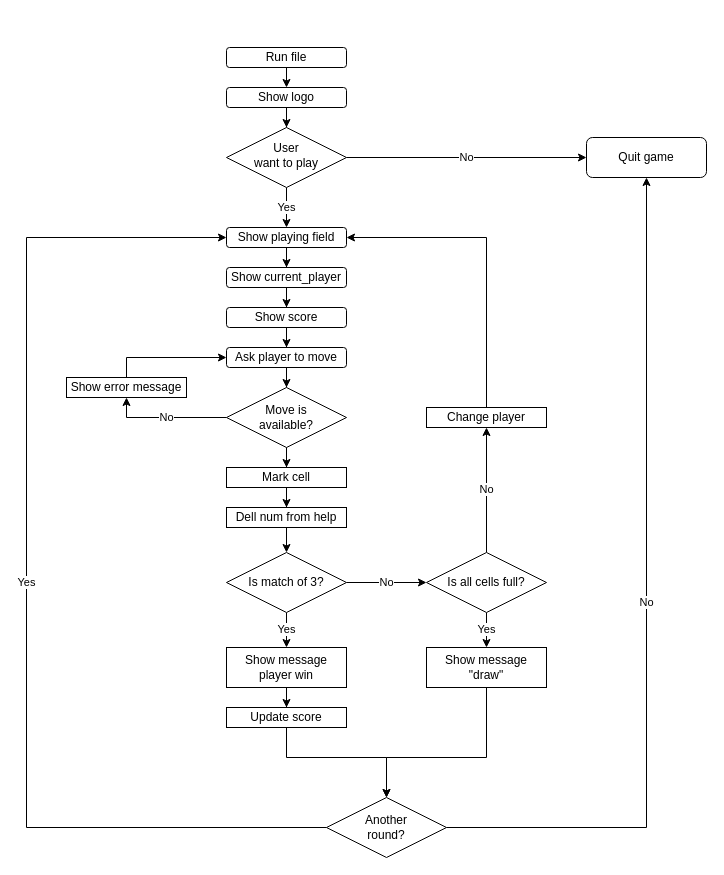
Before: flowchart.drawio in k-yakovlev/tic-tac-toe, a draw.io diagram. Source tidied: cells renumbered, new cells numbered last; positions are measured from the earlier drawing's top-left corner, leaving out a move shared by most shapes. Both pictures are drawn from the tidied source at 100%, with x=0, y=0 at pixel (26, 47).
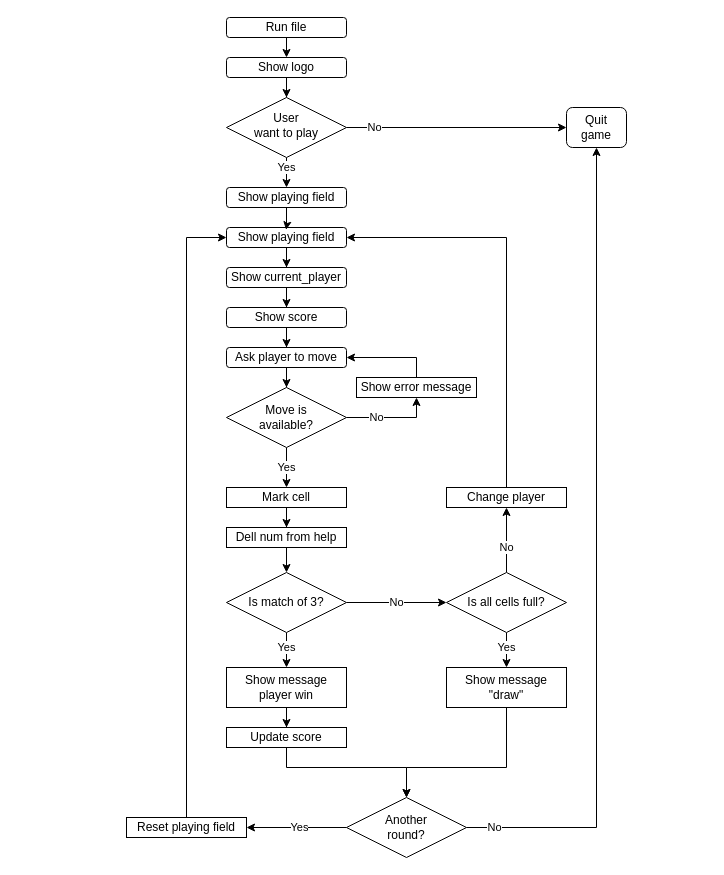
The same page after the edit.

The change refers to these unchanged cells:
```xml
<mxCell id="11" value="Show playing field" style="rounded=1;whiteSpace=wrap;html=1;" parent="1" vertex="1">
  <mxGeometry x="200" y="180" width="120" height="20" as="geometry" />
</mxCell>
<mxCell id="19" value="Ask player to move" style="whiteSpace=wrap;html=1;rounded=1;" parent="1" vertex="1">
  <mxGeometry x="200" y="300" width="120" height="20" as="geometry" />
</mxCell>
<mxCell id="22" value="Move is &lt;br&gt;available?" style="rhombus;whiteSpace=wrap;html=1;" parent="1" vertex="1">
  <mxGeometry x="200" y="340" width="120" height="60" as="geometry" />
</mxCell>
```

Diff of the diagram source:
```diff
@@
     <mxCell id="4" value="Show logo" style="rounded=1;whiteSpace=wrap;html=1;fontSize=12;glass=0;strokeWidth=1;shadow=0;" parent="1" vertex="1">
-      <mxGeometry x="200" y="40" width="120" height="20" as="geometry" />
+      <mxGeometry x="200" y="10" width="120" height="20" as="geometry" />
     </mxCell>
     <mxCell id="5" value="No" style="edgeStyle=orthogonalEdgeStyle;rounded=0;jettySize=auto;html=1;" parent="1" edge="1" source="7" target="8">
-      <mxGeometry relative="1" as="geometry" />
+      <mxGeometry x="-0.75" relative="1" as="geometry" />
     </mxCell>
-    <mxCell id="6" value="Yes" style="edgeStyle=orthogonalEdgeStyle;rounded=0;jettySize=auto;html=1;" parent="1" edge="1" source="7" target="11">
-      <mxGeometry relative="1" as="geometry" />
+    <mxCell id="6" value="Yes" style="edgeStyle=orthogonalEdgeStyle;rounded=0;jettySize=auto;html=1;entryX=0.5;entryY=0;entryDx=0;entryDy=0;" parent="1" edge="1" source="7" target="45">
+      <mxGeometry x="0.2" relative="1" as="geometry" />
     </mxCell>
     <mxCell id="7" value="User&lt;br&gt;want to play&lt;br&gt;" style="rhombus;whiteSpace=wrap;html=1;shadow=0;fontFamily=Helvetica;fontSize=12;align=center;strokeWidth=1;spacing=6;spacingTop=-4;" parent="1" vertex="1">
-      <mxGeometry x="200" y="80" width="120" height="60" as="geometry" />
+      <mxGeometry x="200" y="50" width="120" height="60" as="geometry" />
     </mxCell>
-    <mxCell id="8" value="Quit game" style="rounded=1;whiteSpace=wrap;html=1;fontSize=12;glass=0;strokeWidth=1;shadow=0;" parent="1" vertex="1">
-      <mxGeometry x="560" y="90" width="120" height="40" as="geometry" />
+    <mxCell id="8" value="Quit &lt;br&gt;game" style="rounded=1;whiteSpace=wrap;html=1;fontSize=12;glass=0;strokeWidth=1;shadow=0;" parent="1" vertex="1">
+      <mxGeometry x="540" y="60" width="60" height="40" as="geometry" />
     </mxCell>
     <mxCell id="9" value="Run file" style="whiteSpace=wrap;html=1;rounded=1;shadow=0;strokeWidth=1;glass=0;" parent="1" vertex="1">
-      <mxGeometry x="200" width="120" height="20" as="geometry" />
+      <mxGeometry x="200" y="-30" width="120" height="20" as="geometry" />
     </mxCell>
@@
+    <mxCell id="44" style="edgeStyle=orthogonalEdgeStyle;rounded=0;jettySize=auto;html=1;entryX=0.497;entryY=0.117;entryDx=0;entryDy=0;entryPerimeter=0;" parent="1" edge="1" source="45" target="11">
+      <mxGeometry relative="1" as="geometry" />
+    </mxCell>
+    <mxCell id="45" value="Show playing field" style="rounded=1;whiteSpace=wrap;html=1;" parent="1" vertex="1">
+      <mxGeometry x="200" y="140" width="120" height="20" as="geometry" />
+    </mxCell>
@@
     <mxCell id="13" value="Yes" style="edgeStyle=orthogonalEdgeStyle;rounded=0;jettySize=auto;html=1;" parent="1" edge="1" source="14" target="36">
-      <mxGeometry relative="1" as="geometry" />
+      <mxGeometry x="0.11" relative="1" as="geometry" />
     </mxCell>
     <mxCell id="14" value="Is match of 3?" style="rhombus;whiteSpace=wrap;html=1;" parent="1" vertex="1">
-      <mxGeometry x="200" y="505" width="120" height="60" as="geometry" />
+      <mxGeometry x="200" y="525" width="120" height="60" as="geometry" />
     </mxCell>
     <mxCell id="15" value="No" style="edgeStyle=orthogonalEdgeStyle;rounded=0;jettySize=auto;html=1;entryX=0.5;entryY=1;entryDx=0;entryDy=0;" parent="1" edge="1" source="17" target="30">
-      <mxGeometry relative="1" as="geometry" />
+      <mxGeometry x="-0.23" relative="1" as="geometry" />
     </mxCell>
     <mxCell id="16" value="Yes" style="edgeStyle=orthogonalEdgeStyle;rounded=0;jettySize=auto;html=1;" parent="1" edge="1" source="17" target="38">
-      <mxGeometry relative="1" as="geometry" />
+      <mxGeometry x="0.11" relative="1" as="geometry" />
     </mxCell>
     <mxCell id="17" value="Is all cells full?" style="rhombus;whiteSpace=wrap;html=1;" parent="1" vertex="1">
-      <mxGeometry x="400" y="505" width="120" height="60" as="geometry" />
+      <mxGeometry x="420" y="525" width="120" height="60" as="geometry" />
     </mxCell>
@@
     <mxCell id="20" value="No" style="edgeStyle=orthogonalEdgeStyle;rounded=0;jettySize=auto;html=1;entryX=0.5;entryY=1;entryDx=0;entryDy=0;" parent="1" edge="1" source="22" target="24">
-      <mxGeometry relative="1" as="geometry" />
+      <mxGeometry x="-0.33" relative="1" as="geometry" />
     </mxCell>
-    <mxCell id="21" style="edgeStyle=orthogonalEdgeStyle;rounded=0;jettySize=auto;html=1;entryX=0.5;entryY=0;entryDx=0;entryDy=0;" parent="1" edge="1" source="22" target="32">
+    <mxCell id="21" value="Yes" style="edgeStyle=orthogonalEdgeStyle;rounded=0;jettySize=auto;html=1;entryX=0.5;entryY=0;entryDx=0;entryDy=0;" parent="1" edge="1" source="22" target="32">
       <mxGeometry relative="1" as="geometry" />
     </mxCell>
@@
-    <mxCell id="23" style="edgeStyle=orthogonalEdgeStyle;rounded=0;jettySize=auto;html=1;entryX=0;entryY=0.5;entryDx=0;entryDy=0;" parent="1" edge="1" source="24" target="19">
+    <mxCell id="23" style="edgeStyle=orthogonalEdgeStyle;rounded=0;jettySize=auto;html=1;entryX=1;entryY=0.5;entryDx=0;entryDy=0;" parent="1" edge="1" source="24" target="19">
       <mxGeometry relative="1" as="geometry">
         <Array as="points">
-          <mxPoint x="100" y="310" />
+          <mxPoint x="390" y="310" />
         </Array>
       </mxGeometry>
     </mxCell>
     <mxCell id="24" value="Show error message" style="whiteSpace=wrap;html=1;" parent="1" vertex="1">
-      <mxGeometry x="40" y="330" width="120" height="20" as="geometry" />
+      <mxGeometry x="330" y="330" width="120" height="20" as="geometry" />
     </mxCell>
@@
     <mxCell id="29" style="edgeStyle=orthogonalEdgeStyle;rounded=0;jettySize=auto;html=1;entryX=1;entryY=0.5;entryDx=0;entryDy=0;exitX=0.5;exitY=0;exitDx=0;exitDy=0;" parent="1" edge="1" source="30" target="11">
       <mxGeometry relative="1" as="geometry">
         <Array as="points">
-          <mxPoint x="460" y="190" />
+          <mxPoint x="480" y="190" />
         </Array>
       </mxGeometry>
     </mxCell>
     <mxCell id="30" value="Change player" style="whiteSpace=wrap;html=1;" parent="1" vertex="1">
-      <mxGeometry x="400" y="360" width="120" height="20" as="geometry" />
+      <mxGeometry x="420" y="440" width="120" height="20" as="geometry" />
     </mxCell>
@@
     <mxCell id="32" value="Mark cell" style="rounded=0;whiteSpace=wrap;html=1;" parent="1" vertex="1">
-      <mxGeometry x="200" y="420" width="120" height="20" as="geometry" />
+      <mxGeometry x="200" y="440" width="120" height="20" as="geometry" />
     </mxCell>
@@
     <mxCell id="34" value="Dell num from help" style="rounded=0;whiteSpace=wrap;html=1;" parent="1" vertex="1">
-      <mxGeometry x="200" y="460" width="120" height="20" as="geometry" />
+      <mxGeometry x="200" y="480" width="120" height="20" as="geometry" />
     </mxCell>
@@
     <mxCell id="36" value="Show message&lt;br&gt;player win" style="whiteSpace=wrap;html=1;" parent="1" vertex="1">
-      <mxGeometry x="200" y="600" width="120" height="40" as="geometry" />
+      <mxGeometry x="200" y="620" width="120" height="40" as="geometry" />
     </mxCell>
     <mxCell id="37" style="edgeStyle=orthogonalEdgeStyle;rounded=0;jettySize=auto;html=1;entryX=0.5;entryY=0;entryDx=0;entryDy=0;" parent="1" edge="1" source="38" target="41">
       <mxGeometry relative="1" as="geometry">
         <Array as="points">
-          <mxPoint x="460" y="710" />
-          <mxPoint x="360" y="710" />
+          <mxPoint x="480" y="720" />
+          <mxPoint x="380" y="720" />
         </Array>
       </mxGeometry>
     </mxCell>
     <mxCell id="38" value="Show message&lt;br&gt;&quot;draw&quot;" style="whiteSpace=wrap;html=1;" parent="1" vertex="1">
-      <mxGeometry x="400" y="600" width="120" height="40" as="geometry" />
+      <mxGeometry x="420" y="620" width="120" height="40" as="geometry" />
     </mxCell>
     <mxCell id="39" value="No" style="edgeStyle=orthogonalEdgeStyle;rounded=0;jettySize=auto;html=1;" parent="1" edge="1" source="41" target="8">
-      <mxGeometry relative="1" as="geometry" />
+      <mxGeometry x="-0.93" relative="1" as="geometry" />
     </mxCell>
-    <mxCell id="40" value="Yes" style="edgeStyle=orthogonalEdgeStyle;rounded=0;jettySize=auto;html=1;entryX=0;entryY=0.5;entryDx=0;entryDy=0;exitX=0;exitY=0.5;exitDx=0;exitDy=0;" parent="1" edge="1" source="41" target="11">
-      <mxGeometry relative="1" as="geometry">
+    <mxCell id="40" value="Yes" style="edgeStyle=orthogonalEdgeStyle;rounded=0;jettySize=auto;html=1;entryX=1;entryY=0.5;entryDx=0;entryDy=0;exitX=0;exitY=0.5;exitDx=0;exitDy=0;" parent="1" edge="1" source="41" target="47">
+      <mxGeometry x="0.14" y="-10" relative="1" as="geometry">
         <Array as="points">
-          <mxPoint y="780" />
-          <mxPoint y="190" />
+          <mxPoint x="280" y="780" />
+          <mxPoint x="280" y="780" />
         </Array>
+        <mxPoint x="10" y="10" as="offset" />
       </mxGeometry>
     </mxCell>
     <mxCell id="41" value="Another &lt;br&gt;round?" style="rhombus;whiteSpace=wrap;html=1;" parent="1" vertex="1">
-      <mxGeometry x="300" y="750" width="120" height="60" as="geometry" />
+      <mxGeometry x="320" y="750" width="120" height="60" as="geometry" />
     </mxCell>
     <mxCell id="42" style="edgeStyle=orthogonalEdgeStyle;rounded=0;jettySize=auto;html=1;" parent="1" edge="1" source="43" target="41">
       <mxGeometry relative="1" as="geometry">
         <Array as="points">
-          <mxPoint x="260" y="710" />
-          <mxPoint x="360" y="710" />
+          <mxPoint x="260" y="720" />
+          <mxPoint x="380" y="720" />
         </Array>
       </mxGeometry>
     </mxCell>
     <mxCell id="43" value="Update score" style="whiteSpace=wrap;html=1;" parent="1" vertex="1">
-      <mxGeometry x="200" y="660" width="120" height="20" as="geometry" />
+      <mxGeometry x="200" y="680" width="120" height="20" as="geometry" />
     </mxCell>
+    <mxCell id="46" style="edgeStyle=orthogonalEdgeStyle;rounded=0;jettySize=auto;html=1;entryX=0;entryY=0.5;entryDx=0;entryDy=0;" parent="1" edge="1" source="47" target="11">
+      <mxGeometry relative="1" as="geometry" />
+    </mxCell>
+    <mxCell id="47" value="Reset playing field" style="rounded=0;whiteSpace=wrap;html=1;" parent="1" vertex="1">
+      <mxGeometry x="100" y="770" width="120" height="20" as="geometry" />
+    </mxCell>
```
